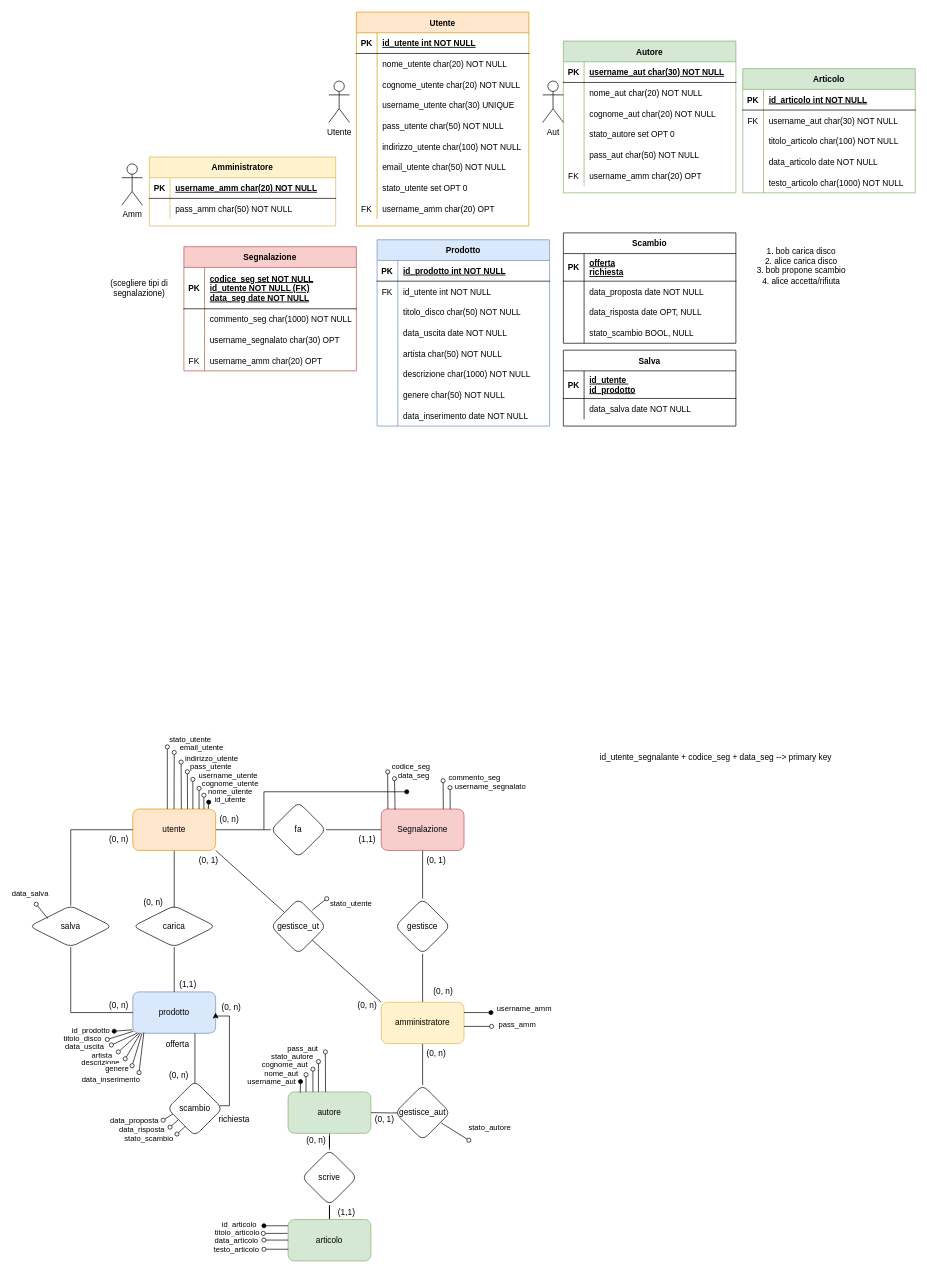
Above: testDraw.drawio in nonPitte/testDraw (draw.io), before the change. Source tidied: cells renumbered, new cells numbered last; positions are measured from the earlier drawing's top-left corner, leaving out a move shared by most shapes. Both pictures are drawn from the tidied source at 69%, with x=0, y=0 at pixel (29, 12).
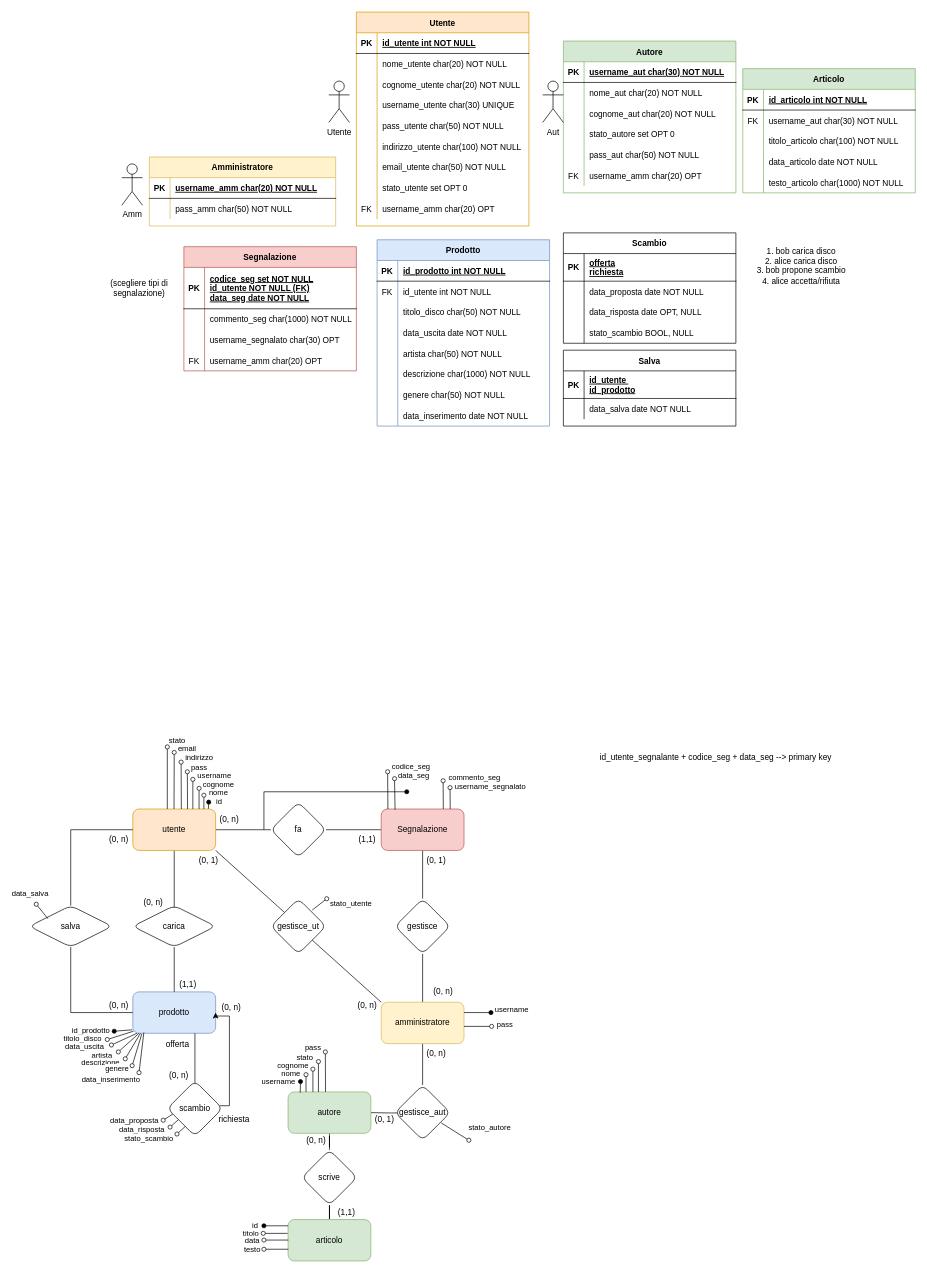
After the change.

The change refers to these unchanged cells:
```xml
<mxCell id="71" value="amministratore" style="whiteSpace=wrap;html=1;rounded=1;fillColor=#fff2cc;strokeColor=#d6b656;" parent="1" vertex="1">
  <mxGeometry x="510" y="1435" width="120" height="60" as="geometry" />
</mxCell>
<mxCell id="89" value="utente" style="rounded=1;whiteSpace=wrap;html=1;fillColor=#ffe6cc;strokeColor=#d79b00;" parent="1" vertex="1">
  <mxGeometry x="150" y="1155" width="120" height="60" as="geometry" />
</mxCell>
<mxCell id="130" value="autore" style="whiteSpace=wrap;html=1;rounded=1;fillColor=#d5e8d4;strokeColor=#82b366;" parent="1" vertex="1">
  <mxGeometry x="375" y="1565" width="120" height="60" as="geometry" />
</mxCell>
```

The edit, as a diff of the source:
```diff
@@
-    <mxCell id="88" value="&lt;span style=&quot;background-color: transparent;&quot;&gt;id_utente&lt;/span&gt;" style="html=1;verticalAlign=bottom;startArrow=oval;startFill=1;endArrow=none;startSize=6;endSize=8;curved=0;rounded=0;endFill=0;entryX=0.911;entryY=0.043;entryDx=0;entryDy=0;entryPerimeter=0;" parent="1" edge="1" target="89">
-      <mxGeometry x="-0.52" y="31" relative="1" as="geometry">
+    <mxCell id="88" value="&lt;span style=&quot;background-color: transparent;&quot;&gt;id&lt;/span&gt;" style="html=1;verticalAlign=bottom;startArrow=oval;startFill=1;endArrow=none;startSize=6;endSize=8;curved=0;rounded=0;endFill=0;entryX=0.911;entryY=0.043;entryDx=0;entryDy=0;entryPerimeter=0;" parent="1" edge="1" target="89">
+      <mxGeometry x="0.14" y="15" relative="1" as="geometry">
         <mxPoint x="260" y="1145" as="sourcePoint" />
       </mxGeometry>
     </mxCell>
@@
-    <mxCell id="90" value="&lt;span style=&quot;background-color: transparent;&quot;&gt;username_amm&lt;/span&gt;" style="html=1;verticalAlign=bottom;startArrow=oval;startFill=1;endArrow=none;startSize=6;endSize=8;curved=0;rounded=0;endFill=0;entryX=1;entryY=0.25;entryDx=0;entryDy=0;" parent="1" edge="1" target="71">
-      <mxGeometry x="-1" y="48" relative="1" as="geometry">
+    <mxCell id="90" value="&lt;span style=&quot;background-color: transparent;&quot;&gt;username&lt;/span&gt;" style="html=1;verticalAlign=bottom;startArrow=oval;startFill=1;endArrow=none;startSize=6;endSize=8;curved=0;rounded=0;endFill=0;entryX=1;entryY=0.25;entryDx=0;entryDy=0;" parent="1" edge="1" target="71">
+      <mxGeometry x="-1" y="30" relative="1" as="geometry">
         <mxPoint x="669" y="1450" as="sourcePoint" />
-        <mxPoint x="48" y="-45" as="offset" />
+        <mxPoint x="30" y="-25" as="offset" />
       </mxGeometry>
     </mxCell>
@@
-    <mxCell id="153" value="&lt;span style=&quot;background-color: transparent;&quot;&gt;username_aut&lt;br&gt;&lt;/span&gt;" style="html=1;verticalAlign=bottom;startArrow=oval;startFill=1;endArrow=none;startSize=6;endSize=8;curved=0;rounded=0;endFill=0;entryX=0.147;entryY=0.017;entryDx=0;entryDy=0;entryPerimeter=0;" parent="1" edge="1" target="130">
-      <mxGeometry x="0.24" y="-42" relative="1" as="geometry">
+    <mxCell id="153" value="&lt;span style=&quot;background-color: transparent;&quot;&gt;username&lt;br&gt;&lt;/span&gt;" style="html=1;verticalAlign=bottom;startArrow=oval;startFill=1;endArrow=none;startSize=6;endSize=8;curved=0;rounded=0;endFill=0;entryX=0.147;entryY=0.017;entryDx=0;entryDy=0;entryPerimeter=0;" parent="1" edge="1" target="130">
+      <mxGeometry x="0.21" y="-32" relative="1" as="geometry">
         <mxPoint x="393" y="1550" as="sourcePoint" />
       </mxGeometry>
     </mxCell>
@@
-    <mxCell id="159" value="&lt;span style=&quot;background-color: transparent;&quot;&gt;id_articolo&lt;br&gt;&lt;/span&gt;" style="html=1;verticalAlign=bottom;startArrow=oval;startFill=1;endArrow=none;startSize=6;endSize=8;curved=0;rounded=0;endFill=0;entryX=1;entryY=0.25;entryDx=0;entryDy=0;" parent="1" edge="1">
-      <mxGeometry x="-1" y="-37" relative="1" as="geometry">
+    <mxCell id="159" value="&lt;span style=&quot;background-color: transparent;&quot;&gt;id&lt;br&gt;&lt;/span&gt;" style="html=1;verticalAlign=bottom;startArrow=oval;startFill=1;endArrow=none;startSize=6;endSize=8;curved=0;rounded=0;endFill=0;entryX=1;entryY=0.25;entryDx=0;entryDy=0;" parent="1" edge="1">
+      <mxGeometry x="-1" y="-15" relative="1" as="geometry">
         <mxPoint x="340" y="1759" as="sourcePoint" />
         <mxPoint x="375" y="1759" as="targetPoint" />
-        <mxPoint x="-36" y="-30" as="offset" />
+        <mxPoint x="-13" y="-7" as="offset" />
       </mxGeometry>
     </mxCell>
@@
-    <mxCell id="193" value="nome_utente" style="html=1;verticalAlign=bottom;startArrow=oval;startFill=0;endArrow=none;startSize=6;endSize=8;curved=0;rounded=0;endFill=0;" parent="1" edge="1">
-      <mxGeometry x="-0.6" y="38" relative="1" as="geometry">
+    <mxCell id="193" value="nome" style="html=1;verticalAlign=bottom;startArrow=oval;startFill=0;endArrow=none;startSize=6;endSize=8;curved=0;rounded=0;endFill=0;" parent="1" edge="1">
+      <mxGeometry x="-0.5" y="21" relative="1" as="geometry">
         <mxPoint x="253" y="1135" as="sourcePoint" />
         <mxPoint x="253" y="1155" as="targetPoint" />
       </mxGeometry>
     </mxCell>
-    <mxCell id="194" value="cognome_utente" style="html=1;verticalAlign=bottom;startArrow=oval;startFill=0;endArrow=none;startSize=6;endSize=8;curved=0;rounded=0;endFill=0;" parent="1" edge="1">
-      <mxGeometry x="-0.87" y="45" relative="1" as="geometry">
+    <mxCell id="194" value="cognome" style="html=1;verticalAlign=bottom;startArrow=oval;startFill=0;endArrow=none;startSize=6;endSize=8;curved=0;rounded=0;endFill=0;" parent="1" edge="1">
+      <mxGeometry x="-0.8" y="28" relative="1" as="geometry">
         <mxPoint x="246" y="1125" as="sourcePoint" />
         <mxPoint x="246" y="1155" as="targetPoint" />
       </mxGeometry>
     </mxCell>
-    <mxCell id="195" value="username_utente" style="html=1;verticalAlign=bottom;startArrow=oval;startFill=0;endArrow=none;startSize=6;endSize=8;curved=0;rounded=0;endFill=0;" parent="1" edge="1">
-      <mxGeometry x="-0.86" y="51" relative="1" as="geometry">
+    <mxCell id="195" value="username" style="html=1;verticalAlign=bottom;startArrow=oval;startFill=0;endArrow=none;startSize=6;endSize=8;curved=0;rounded=0;endFill=0;" parent="1" edge="1">
+      <mxGeometry x="-0.81" y="31" relative="1" as="geometry">
         <mxPoint x="237" y="1112" as="sourcePoint" />
         <mxPoint x="237" y="1155" as="targetPoint" />
       </mxGeometry>
     </mxCell>
-    <mxCell id="196" value="pass_utente" style="html=1;verticalAlign=bottom;startArrow=oval;startFill=0;endArrow=none;startSize=6;endSize=8;curved=0;rounded=0;endFill=0;" parent="1" edge="1">
-      <mxGeometry x="-0.94" y="34" relative="1" as="geometry">
+    <mxCell id="196" value="pass" style="html=1;verticalAlign=bottom;startArrow=oval;startFill=0;endArrow=none;startSize=6;endSize=8;curved=0;rounded=0;endFill=0;" parent="1" edge="1">
+      <mxGeometry x="-0.89" y="17" relative="1" as="geometry">
         <mxPoint x="229" y="1101" as="sourcePoint" />
         <mxPoint x="229.3" y="1155" as="targetPoint" />
       </mxGeometry>
     </mxCell>
-    <mxCell id="197" value="&lt;span style=&quot;text-align: left; background-color: rgb(251, 251, 251);&quot;&gt;&lt;font style=&quot;font-size: 11px;&quot;&gt;indirizzo_utente&lt;/font&gt;&lt;/span&gt;" style="html=1;verticalAlign=bottom;startArrow=oval;startFill=0;endArrow=none;startSize=6;endSize=8;curved=0;rounded=0;endFill=0;" parent="1" edge="1">
-      <mxGeometry x="-0.88" y="44" relative="1" as="geometry">
+    <mxCell id="197" value="&lt;span style=&quot;text-align: left; background-color: rgb(251, 251, 251);&quot;&gt;&lt;font style=&quot;font-size: 11px;&quot;&gt;indirizzo&lt;/font&gt;&lt;/span&gt;" style="html=1;verticalAlign=bottom;startArrow=oval;startFill=0;endArrow=none;startSize=6;endSize=8;curved=0;rounded=0;endFill=0;" parent="1" edge="1">
+      <mxGeometry x="-0.91" y="26" relative="1" as="geometry">
         <mxPoint x="220" y="1087" as="sourcePoint" />
         <mxPoint x="220.3" y="1155" as="targetPoint" />
       </mxGeometry>
     </mxCell>
-    <mxCell id="198" value="&lt;span style=&quot;text-align: left; background-color: rgb(251, 251, 251);&quot;&gt;&lt;font style=&quot;font-size: 11px;&quot;&gt;email_utente&amp;nbsp;&lt;/font&gt;&lt;/span&gt;" style="html=1;verticalAlign=bottom;startArrow=oval;startFill=0;endArrow=none;startSize=6;endSize=8;curved=0;rounded=0;endFill=0;" parent="1" edge="1">
-      <mxGeometry x="-0.94" y="41" relative="1" as="geometry">
+    <mxCell id="198" value="&lt;span style=&quot;text-align: left; background-color: rgb(251, 251, 251);&quot;&gt;&lt;font style=&quot;font-size: 11px;&quot;&gt;email&amp;nbsp;&lt;/font&gt;&lt;/span&gt;" style="html=1;verticalAlign=bottom;startArrow=oval;startFill=0;endArrow=none;startSize=6;endSize=8;curved=0;rounded=0;endFill=0;" parent="1" edge="1">
+      <mxGeometry x="-0.9" y="20" relative="1" as="geometry">
         <mxPoint x="210" y="1073" as="sourcePoint" />
         <mxPoint x="209.7" y="1155" as="targetPoint" />
       </mxGeometry>
     </mxCell>
-    <mxCell id="199" value="&lt;span style=&quot;text-align: left; background-color: rgb(251, 251, 251);&quot;&gt;&lt;font style=&quot;font-size: 11px;&quot;&gt;stato_utente&lt;/font&gt;&lt;/span&gt;" style="html=1;verticalAlign=bottom;startArrow=oval;startFill=0;endArrow=none;startSize=6;endSize=8;curved=0;rounded=0;endFill=0;" parent="1" edge="1">
-      <mxGeometry x="-1" y="33" relative="1" as="geometry">
+    <mxCell id="199" value="&lt;span style=&quot;text-align: left; background-color: rgb(251, 251, 251);&quot;&gt;&lt;font style=&quot;font-size: 11px;&quot;&gt;stato&lt;/font&gt;&lt;/span&gt;" style="html=1;verticalAlign=bottom;startArrow=oval;startFill=0;endArrow=none;startSize=6;endSize=8;curved=0;rounded=0;endFill=0;" parent="1" edge="1">
+      <mxGeometry x="-1" y="14" relative="1" as="geometry">
         <mxPoint x="200" y="1065" as="sourcePoint" />
         <mxPoint x="200" y="1155" as="targetPoint" />
-        <mxPoint y="-2" as="offset" />
       </mxGeometry>
     </mxCell>
-    <mxCell id="200" value="pass_amm" style="html=1;verticalAlign=bottom;startArrow=oval;startFill=0;endArrow=none;startSize=6;endSize=8;curved=0;rounded=0;endFill=0;entryX=1;entryY=0.25;entryDx=0;entryDy=0;strokeColor=default;" parent="1" edge="1">
-      <mxGeometry x="-1" y="38" relative="1" as="geometry">
+    <mxCell id="200" value="pass" style="html=1;verticalAlign=bottom;startArrow=oval;startFill=0;endArrow=none;startSize=6;endSize=8;curved=0;rounded=0;endFill=0;entryX=1;entryY=0.25;entryDx=0;entryDy=0;strokeColor=default;" parent="1" edge="1">
+      <mxGeometry x="-1" y="20" relative="1" as="geometry">
         <mxPoint x="670" y="1470" as="sourcePoint" />
         <mxPoint x="630" y="1470" as="targetPoint" />
-        <mxPoint x="37" y="-31" as="offset" />
+        <mxPoint x="19" y="-13" as="offset" />
       </mxGeometry>
     </mxCell>
@@
-    <mxCell id="215" value="nome_aut" style="html=1;verticalAlign=bottom;startArrow=oval;startFill=0;endArrow=none;startSize=6;endSize=8;curved=0;rounded=0;endFill=0;entryX=1;entryY=0.25;entryDx=0;entryDy=0;strokeColor=default;" parent="1" edge="1">
-      <mxGeometry x="-0.44" y="-36" relative="1" as="geometry">
+    <mxCell id="215" value="nome" style="html=1;verticalAlign=bottom;startArrow=oval;startFill=0;endArrow=none;startSize=6;endSize=8;curved=0;rounded=0;endFill=0;entryX=1;entryY=0.25;entryDx=0;entryDy=0;strokeColor=default;" parent="1" edge="1">
+      <mxGeometry x="-0.36" y="-22" relative="1" as="geometry">
         <mxPoint x="401" y="1540" as="sourcePoint" />
         <mxPoint x="401" y="1565" as="targetPoint" />
       </mxGeometry>
     </mxCell>
-    <mxCell id="216" value="cognome_aut" style="html=1;verticalAlign=bottom;startArrow=oval;startFill=0;endArrow=none;startSize=6;endSize=8;curved=0;rounded=0;endFill=0;strokeColor=default;" parent="1" edge="1">
-      <mxGeometry x="-0.82" y="-41" relative="1" as="geometry">
+    <mxCell id="216" value="cognome" style="html=1;verticalAlign=bottom;startArrow=oval;startFill=0;endArrow=none;startSize=6;endSize=8;curved=0;rounded=0;endFill=0;strokeColor=default;" parent="1" edge="1">
+      <mxGeometry x="-0.76" y="-29" relative="1" as="geometry">
         <mxPoint x="411" y="1532" as="sourcePoint" />
         <mxPoint x="411" y="1565" as="targetPoint" />
       </mxGeometry>
     </mxCell>
-    <mxCell id="217" value="stato_autore" style="html=1;verticalAlign=bottom;startArrow=oval;startFill=0;endArrow=none;startSize=6;endSize=8;curved=0;rounded=0;endFill=0;strokeColor=default;" parent="1" edge="1">
-      <mxGeometry x="-0.91" y="-38" relative="1" as="geometry">
+    <mxCell id="217" value="stato" style="html=1;verticalAlign=bottom;startArrow=oval;startFill=0;endArrow=none;startSize=6;endSize=8;curved=0;rounded=0;endFill=0;strokeColor=default;" parent="1" edge="1">
+      <mxGeometry x="-0.86" y="-20" relative="1" as="geometry">
         <mxPoint x="419" y="1521" as="sourcePoint" />
         <mxPoint x="419" y="1565" as="targetPoint" />
       </mxGeometry>
     </mxCell>
-    <mxCell id="218" value="pass_aut" style="html=1;verticalAlign=bottom;startArrow=oval;startFill=0;endArrow=none;startSize=6;endSize=8;curved=0;rounded=0;endFill=0;strokeColor=default;" parent="1" edge="1">
-      <mxGeometry x="-0.87" y="-33" relative="1" as="geometry">
+    <mxCell id="218" value="pass" style="html=1;verticalAlign=bottom;startArrow=oval;startFill=0;endArrow=none;startSize=6;endSize=8;curved=0;rounded=0;endFill=0;strokeColor=default;" parent="1" edge="1">
+      <mxGeometry x="-0.9" y="-18" relative="1" as="geometry">
         <mxPoint x="429" y="1507" as="sourcePoint" />
         <mxPoint x="429.3" y="1565" as="targetPoint" />
       </mxGeometry>
     </mxCell>
-    <mxCell id="219" value="titolo_articolo" style="html=1;verticalAlign=bottom;startArrow=oval;startFill=0;endArrow=none;startSize=6;endSize=8;curved=0;rounded=0;endFill=0;strokeColor=default;" parent="1" edge="1">
-      <mxGeometry x="-1" y="-39" relative="1" as="geometry">
+    <mxCell id="219" value="titolo" style="html=1;verticalAlign=bottom;startArrow=oval;startFill=0;endArrow=none;startSize=6;endSize=8;curved=0;rounded=0;endFill=0;strokeColor=default;" parent="1" edge="1">
+      <mxGeometry x="-1" y="-20" relative="1" as="geometry">
         <mxPoint x="339" y="1770" as="sourcePoint" />
         <mxPoint x="374.3" y="1770" as="targetPoint" />
-        <mxPoint x="-38" y="-31" as="offset" />
+        <mxPoint x="-18" y="-11" as="offset" />
       </mxGeometry>
     </mxCell>
-    <mxCell id="220" value="data_articolo" style="html=1;verticalAlign=bottom;startArrow=oval;startFill=0;endArrow=none;startSize=6;endSize=8;curved=0;rounded=0;endFill=0;strokeColor=default;" parent="1" edge="1">
-      <mxGeometry x="-1" y="-41" relative="1" as="geometry">
+    <mxCell id="220" value="data" style="html=1;verticalAlign=bottom;startArrow=oval;startFill=0;endArrow=none;startSize=6;endSize=8;curved=0;rounded=0;endFill=0;strokeColor=default;" parent="1" edge="1">
+      <mxGeometry x="-1" y="-19" relative="1" as="geometry">
         <mxPoint x="340" y="1779.7" as="sourcePoint" />
         <mxPoint x="375.3" y="1779.7" as="targetPoint" />
-        <mxPoint x="-40" y="-31" as="offset" />
+        <mxPoint x="-17" y="-10" as="offset" />
       </mxGeometry>
     </mxCell>
-    <mxCell id="221" value="testo_articolo" style="html=1;verticalAlign=bottom;startArrow=oval;startFill=0;endArrow=none;startSize=6;endSize=8;curved=0;rounded=0;endFill=0;strokeColor=default;" parent="1" edge="1">
-      <mxGeometry x="-1" y="-41" relative="1" as="geometry">
+    <mxCell id="221" value="testo" style="html=1;verticalAlign=bottom;startArrow=oval;startFill=0;endArrow=none;startSize=6;endSize=8;curved=0;rounded=0;endFill=0;strokeColor=default;" parent="1" edge="1">
+      <mxGeometry x="-1" y="-19" relative="1" as="geometry">
         <mxPoint x="340" y="1793" as="sourcePoint" />
         <mxPoint x="375.3" y="1793" as="targetPoint" />
-        <mxPoint x="-40" y="-31" as="offset" />
+        <mxPoint x="-17" y="-10" as="offset" />
       </mxGeometry>
     </mxCell>
```
